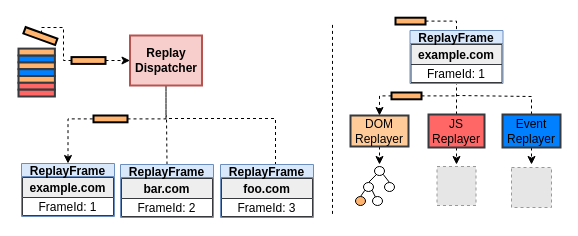
This is page "replay-operation-flow" (4 of 6) of replay-diagrams.drawio from jallen89/jscapsule-figures, a draw.io file, before an edit. Source tidied: cells renumbered, new cells numbered last; positions are measured from the earlier drawing's top-left corner, leaving out a move shared by most shapes. Both pictures are drawn from the tidied source at 100%, with x=0, y=0 at pixel (18, 17). Pictures stored in the file or linked from it are replaced by grey dashed boxes.
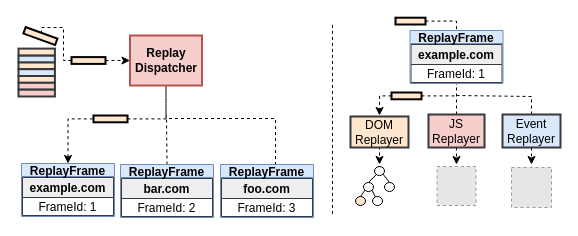
The same page after the edit.

The change refers to these unchanged cells:
```xml
<mxCell id="3" style="group;" parent="2" vertex="1">
  <mxGeometry y="17.3" width="36.4" height="54.7" as="geometry" />
</mxCell>
```

The edit, as a diff of the source:
```diff
@@
-    <mxCell id="2" style="group;" parent="1" vertex="1">
+    <mxCell id="2" style="group;fillColor=none;" parent="1" vertex="1">
       <mxGeometry y="7" width="38.9" height="72" as="geometry" />
     </mxCell>
@@
-    <mxCell id="4" style="rounded=0;whiteSpace=wrap;html=1;fillColor=#FFB570;strokeColor=#36393D;strokeWidth=2;" parent="3" vertex="1">
+    <mxCell id="4" style="rounded=0;whiteSpace=wrap;html=1;fillColor=#FFE6CC;strokeColor=#36393D;strokeWidth=2;" parent="3" vertex="1">
       <mxGeometry y="20.5" width="36.4" height="6.8" as="geometry" />
     </mxCell>
-    <mxCell id="5" value="&lt;b&gt;&lt;br&gt;&lt;/b&gt;" style="rounded=0;whiteSpace=wrap;html=1;fillColor=#007FFF;strokeColor=#36393d;strokeWidth=2;" parent="3" vertex="1">
+    <mxCell id="5" value="&lt;b&gt;&lt;br&gt;&lt;/b&gt;" style="rounded=0;whiteSpace=wrap;html=1;fillColor=#DAE8FC;strokeColor=#36393d;strokeWidth=2;" parent="3" vertex="1">
       <mxGeometry y="27.4" width="36.4" height="6.8" as="geometry" />
     </mxCell>
-    <mxCell id="6" style="rounded=0;whiteSpace=wrap;html=1;fillColor=#FFB570;strokeColor=#36393d;strokeWidth=2;" parent="3" vertex="1">
+    <mxCell id="6" style="rounded=0;whiteSpace=wrap;html=1;fillColor=#FFE6CC;strokeColor=#36393d;strokeWidth=2;" parent="3" vertex="1">
       <mxGeometry y="34.2" width="36.4" height="6.8" as="geometry" />
     </mxCell>
-    <mxCell id="7" value="&lt;b&gt;&lt;br&gt;&lt;/b&gt;" style="rounded=0;whiteSpace=wrap;html=1;fillColor=#FF6666;strokeColor=#36393d;strokeWidth=2;" parent="3" vertex="1">
+    <mxCell id="7" value="&lt;b&gt;&lt;br&gt;&lt;/b&gt;" style="rounded=0;whiteSpace=wrap;html=1;fillColor=#F8CECC;strokeColor=#36393d;strokeWidth=2;" parent="3" vertex="1">
       <mxGeometry y="41" width="36.4" height="6.8" as="geometry" />
     </mxCell>
-    <mxCell id="8" value="&lt;b&gt;&lt;br&gt;&lt;/b&gt;" style="rounded=0;whiteSpace=wrap;html=1;fillColor=#FF6666;strokeColor=#36393d;gradientColor=none;strokeWidth=2;" parent="3" vertex="1">
+    <mxCell id="8" value="&lt;b&gt;&lt;br&gt;&lt;/b&gt;" style="rounded=0;whiteSpace=wrap;html=1;fillColor=#F8CECC;strokeColor=#36393d;gradientColor=none;strokeWidth=2;" parent="3" vertex="1">
       <mxGeometry y="47.9" width="36.4" height="6.8" as="geometry" />
     </mxCell>
-    <mxCell id="9" value="&lt;b&gt;&lt;br&gt;&lt;/b&gt;" style="rounded=0;whiteSpace=wrap;html=1;fillColor=#007FFF;strokeColor=#36393d;strokeWidth=2;" parent="3" vertex="1">
+    <mxCell id="9" value="&lt;b&gt;&lt;br&gt;&lt;/b&gt;" style="rounded=0;whiteSpace=wrap;html=1;fillColor=#DAE8FC;strokeColor=#36393d;strokeWidth=2;" parent="3" vertex="1">
       <mxGeometry y="13.7" width="36.4" height="6.8" as="geometry" />
     </mxCell>
-    <mxCell id="10" style="rounded=0;whiteSpace=wrap;html=1;fillColor=#FFB570;strokeColor=#36393D;strokeWidth=2;" parent="3" vertex="1">
+    <mxCell id="10" style="rounded=0;whiteSpace=wrap;html=1;fillColor=#FFE6CC;strokeColor=#36393D;strokeWidth=2;" parent="3" vertex="1">
       <mxGeometry y="6.8" width="36.4" height="6.8" as="geometry" />
     </mxCell>
-    <mxCell id="11" style="rounded=0;whiteSpace=wrap;html=1;fillColor=#FFB570;strokeColor=#000000;strokeWidth=2;rotation=20;" parent="2" vertex="1">
+    <mxCell id="11" style="rounded=0;whiteSpace=wrap;html=1;fillColor=#FFE6CC;strokeColor=#000000;strokeWidth=2;rotation=20;" parent="2" vertex="1">
       <mxGeometry x="5" y="8.2" width="33.8" height="6.8" as="geometry" />
     </mxCell>
@@
-    <mxCell id="18" style="rounded=0;whiteSpace=wrap;html=1;fillColor=#FFB570;strokeColor=#000000;strokeWidth=2;rotation=0;" parent="1" vertex="1">
+    <mxCell id="18" style="rounded=0;whiteSpace=wrap;html=1;fillColor=#FFE6CC;strokeColor=#000000;strokeWidth=2;rotation=0;" parent="1" vertex="1">
       <mxGeometry x="377" y="0.2" width="30" height="6.8" as="geometry" />
     </mxCell>
-    <mxCell id="19" style="edgeStyle=orthogonalEdgeStyle;rounded=0;sketch=0;jettySize=auto;html=1;exitX=0.5;exitY=1;exitDx=0;exitDy=0;shadow=0;dashed=1;startArrow=none;startFill=0;endArrow=classic;endFill=1;" parent="1" edge="1" source="20">
+    <mxCell id="19" style="edgeStyle=orthogonalEdgeStyle;rounded=0;sketch=0;orthogonalLoop=1;jettySize=auto;html=1;exitX=0.5;exitY=1;exitDx=0;exitDy=0;shadow=0;dashed=1;startArrow=none;startFill=0;endArrow=classic;endFill=1;" parent="1" edge="1">
       <mxGeometry relative="1" as="geometry">
+        <mxPoint x="361" y="129" as="sourcePoint" />
         <mxPoint x="361" y="147" as="targetPoint" />
       </mxGeometry>
     </mxCell>
-    <mxCell id="20" value="&lt;div style=&quot;font-size: 12px&quot;&gt;&lt;font style=&quot;font-size: 12px&quot;&gt;DOM&lt;/font&gt;&lt;/div&gt;&lt;div style=&quot;font-size: 12px&quot;&gt;&lt;font style=&quot;font-size: 12px&quot;&gt;Replayer&lt;br&gt;&lt;/font&gt;&lt;/div&gt;" style="rounded=0;whiteSpace=wrap;html=1;fontSize=8;strokeColor=#36393d;fillColor=#ffcc99;strokeWidth=2;" parent="1" vertex="1">
-      <mxGeometry x="332" y="98" width="58" height="31" as="geometry" />
+    <mxCell id="20" value="&lt;div style=&quot;font-size: 12px&quot;&gt;&lt;font style=&quot;font-size: 12px&quot;&gt;DOM&lt;/font&gt;&lt;/div&gt;&lt;div style=&quot;font-size: 12px&quot;&gt;&lt;font style=&quot;font-size: 12px&quot;&gt;Replayer&lt;br&gt;&lt;/font&gt;&lt;/div&gt;" style="rounded=0;whiteSpace=wrap;html=1;fontSize=8;strokeColor=#36393d;fillColor=#FFE6CC;strokeWidth=2;" parent="1" vertex="1">
+      <mxGeometry x="332" y="99" width="58" height="31" as="geometry" />
     </mxCell>
@@
-    <mxCell id="23" value="&lt;div style=&quot;font-size: 12px&quot;&gt;&lt;font style=&quot;font-size: 12px&quot;&gt;JS&lt;/font&gt;&lt;/div&gt;&lt;div style=&quot;font-size: 12px&quot;&gt;&lt;font style=&quot;font-size: 12px&quot;&gt;Replayer&lt;/font&gt;&lt;br&gt;&lt;/div&gt;" style="rounded=0;whiteSpace=wrap;html=1;fontSize=8;strokeColor=#36393d;fillColor=#FF6666;strokeWidth=2;" parent="1" vertex="1">
+    <mxCell id="23" value="&lt;div style=&quot;font-size: 12px&quot;&gt;&lt;font style=&quot;font-size: 12px&quot;&gt;JS&lt;/font&gt;&lt;/div&gt;&lt;div style=&quot;font-size: 12px&quot;&gt;&lt;font style=&quot;font-size: 12px&quot;&gt;Replayer&lt;/font&gt;&lt;br&gt;&lt;/div&gt;" style="rounded=0;whiteSpace=wrap;html=1;fontSize=8;strokeColor=#36393d;fillColor=#F8CECC;strokeWidth=2;" parent="1" vertex="1">
       <mxGeometry x="410" y="97" width="56" height="33" as="geometry" />
     </mxCell>
@@
-    <mxCell id="26" value="&lt;div&gt;&lt;br&gt;&lt;/div&gt;&lt;div style=&quot;font-size: 12px&quot;&gt;&lt;font style=&quot;font-size: 12px&quot;&gt;Event&lt;br&gt;&lt;/font&gt;&lt;/div&gt;&lt;div style=&quot;font-size: 12px&quot;&gt;&lt;font style=&quot;font-size: 12px&quot;&gt;Replayer&lt;/font&gt;&lt;/div&gt;&lt;div&gt;&lt;br&gt;&lt;/div&gt;" style="rounded=0;whiteSpace=wrap;html=1;fontSize=8;strokeColor=#36393d;fillColor=#007FFF;strokeWidth=2;" parent="1" vertex="1">
+    <mxCell id="26" value="&lt;div&gt;&lt;br&gt;&lt;/div&gt;&lt;div style=&quot;font-size: 12px&quot;&gt;&lt;font style=&quot;font-size: 12px&quot;&gt;Event&lt;br&gt;&lt;/font&gt;&lt;/div&gt;&lt;div style=&quot;font-size: 12px&quot;&gt;&lt;font style=&quot;font-size: 12px&quot;&gt;Replayer&lt;/font&gt;&lt;/div&gt;&lt;div&gt;&lt;br&gt;&lt;/div&gt;" style="rounded=0;whiteSpace=wrap;html=1;fontSize=8;strokeColor=#36393d;fillColor=#DAE8FC;strokeWidth=2;" parent="1" vertex="1">
       <mxGeometry x="484" y="97" width="58" height="33" as="geometry" />
     </mxCell>
@@
-    <mxCell id="34" style="verticalLabelPosition=bottom;verticalAlign=top;html=1;shape=mxgraph.flowchart.on-page_reference;fontSize=8;fillColor=#FFB570;" parent="1" vertex="1">
+    <mxCell id="34" style="verticalLabelPosition=bottom;verticalAlign=top;html=1;shape=mxgraph.flowchart.on-page_reference;fontSize=8;fillColor=#FFE6CC;" parent="1" vertex="1">
       <mxGeometry x="337" y="179" width="10" height="9" as="geometry" />
     </mxCell>
@@
-    <mxCell id="40" style="rounded=0;whiteSpace=wrap;html=1;fillColor=#FFB570;strokeColor=#000000;strokeWidth=2;rotation=0;" parent="1" vertex="1">
+    <mxCell id="40" style="rounded=0;whiteSpace=wrap;html=1;fillColor=#FFE6CC;strokeColor=#000000;strokeWidth=2;rotation=0;" parent="1" vertex="1">
       <mxGeometry x="53" y="39.6" width="34" height="6.8" as="geometry" />
     </mxCell>
-    <mxCell id="41" style="rounded=0;whiteSpace=wrap;html=1;fillColor=#FFB570;strokeColor=#000000;strokeWidth=2;rotation=0;" parent="1" vertex="1">
+    <mxCell id="41" style="rounded=0;whiteSpace=wrap;html=1;fillColor=#FFE6CC;strokeColor=#000000;strokeWidth=2;rotation=0;" parent="1" vertex="1">
       <mxGeometry x="75" y="98" width="34" height="6.8" as="geometry" />
     </mxCell>
@@
-    <mxCell id="44" style="edgeStyle=orthogonalEdgeStyle;rounded=0;sketch=0;jettySize=auto;html=1;exitX=0;exitY=0.5;exitDx=0;exitDy=0;entryX=0.5;entryY=0;entryDx=0;entryDy=0;shadow=0;dashed=1;endArrow=classic;endFill=1;startArrow=none;startFill=0;" parent="1" edge="1" source="45" target="20">
-      <mxGeometry relative="1" as="geometry" />
+    <mxCell id="44" style="edgeStyle=orthogonalEdgeStyle;rounded=0;sketch=0;jettySize=auto;html=1;exitX=0;exitY=0.5;exitDx=0;exitDy=0;entryX=0.5;entryY=0;entryDx=0;entryDy=0;shadow=0;dashed=1;endArrow=classic;endFill=1;startArrow=none;startFill=0;" parent="1" edge="1" source="45">
+      <mxGeometry relative="1" as="geometry">
+        <mxPoint x="361" y="98" as="targetPoint" />
+      </mxGeometry>
     </mxCell>
-    <mxCell id="45" style="rounded=0;whiteSpace=wrap;html=1;fillColor=#FFB570;strokeColor=#000000;strokeWidth=2;rotation=0;" parent="1" vertex="1">
+    <mxCell id="45" style="rounded=0;whiteSpace=wrap;html=1;fillColor=#FFE6CC;strokeColor=#000000;strokeWidth=2;rotation=0;" parent="1" vertex="1">
       <mxGeometry x="373" y="75" width="30" height="6.8" as="geometry" />
     </mxCell>
```
